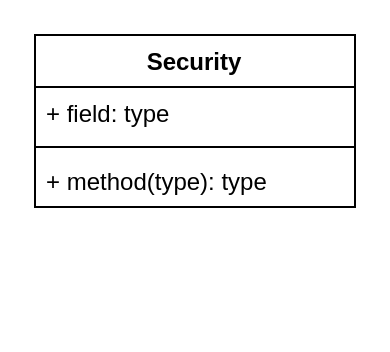
Above: Dokumentation/Klassendiagramm.drawio in dahlhoffKevin/NumberGuessing (draw.io), before the change. Source tidied: cells renumbered, new cells numbered last; positions are measured from the earlier drawing's top-left corner, leaving out a move shared by most shapes. Both pictures are drawn from the tidied source at 200%, with x=0, y=0 at pixel (34, 34).
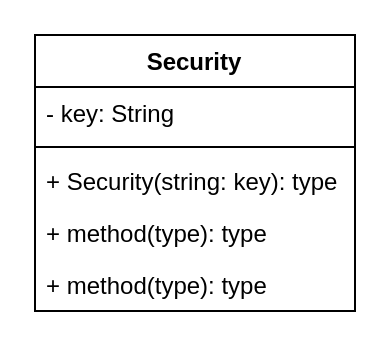
After the change.

Commit message (it also covers changes not shown here):
Impl Security

Diff of the diagram source:
```diff
@@
 <mxGraphModel>
   <root>
     <mxCell id="0" />
     <mxCell id="1" parent="0" />
     <mxCell id="2" value="Security" style="swimlane;fontStyle=1;align=center;verticalAlign=top;horizontal=1;startSize=26;whiteSpace=wrap;html=1;" parent="1" vertex="1">
-      <mxGeometry width="160" height="86" as="geometry" />
+      <mxGeometry width="160" height="138" as="geometry" />
     </mxCell>
-    <mxCell id="3" value="+ field: type" style="text;strokeColor=none;fillColor=none;align=left;verticalAlign=top;spacingLeft=4;spacingRight=4;overflow=hidden;whiteSpace=wrap;html=1;" parent="2" vertex="1">
+    <mxCell id="3" value="- key: String" style="text;strokeColor=none;fillColor=none;align=left;verticalAlign=top;spacingLeft=4;spacingRight=4;overflow=hidden;whiteSpace=wrap;html=1;" parent="2" vertex="1">
       <mxGeometry y="26" width="160" height="26" as="geometry" />
     </mxCell>
     <mxCell id="4" style="line;strokeWidth=1;fillColor=none;align=left;verticalAlign=middle;spacingTop=-1;spacingLeft=3;spacingRight=3;labelPosition=right;strokeColor=inherit;" parent="2" vertex="1">
       <mxGeometry y="52" width="160" height="8" as="geometry" />
     </mxCell>
-    <mxCell id="5" value="+ method(type): type" style="text;strokeColor=none;fillColor=none;align=left;verticalAlign=top;spacingLeft=4;spacingRight=4;overflow=hidden;whiteSpace=wrap;html=1;" parent="2" vertex="1">
+    <mxCell id="5" value="+ Security(string: key): type" style="text;strokeColor=none;fillColor=none;align=left;verticalAlign=top;spacingLeft=4;spacingRight=4;overflow=hidden;whiteSpace=wrap;html=1;" parent="2" vertex="1">
       <mxGeometry y="60" width="160" height="26" as="geometry" />
     </mxCell>
+    <mxCell id="6" value="+ method(type): type" style="text;strokeColor=none;fillColor=none;align=left;verticalAlign=top;spacingLeft=4;spacingRight=4;overflow=hidden;whiteSpace=wrap;html=1;" parent="2" vertex="1">
+      <mxGeometry y="86" width="160" height="26" as="geometry" />
+    </mxCell>
+    <mxCell id="7" value="+ method(type): type" style="text;strokeColor=none;fillColor=none;align=left;verticalAlign=top;spacingLeft=4;spacingRight=4;overflow=hidden;whiteSpace=wrap;html=1;" parent="2" vertex="1">
+      <mxGeometry y="112" width="160" height="26" as="geometry" />
+    </mxCell>
   </root>
 </mxGraphModel>
```
